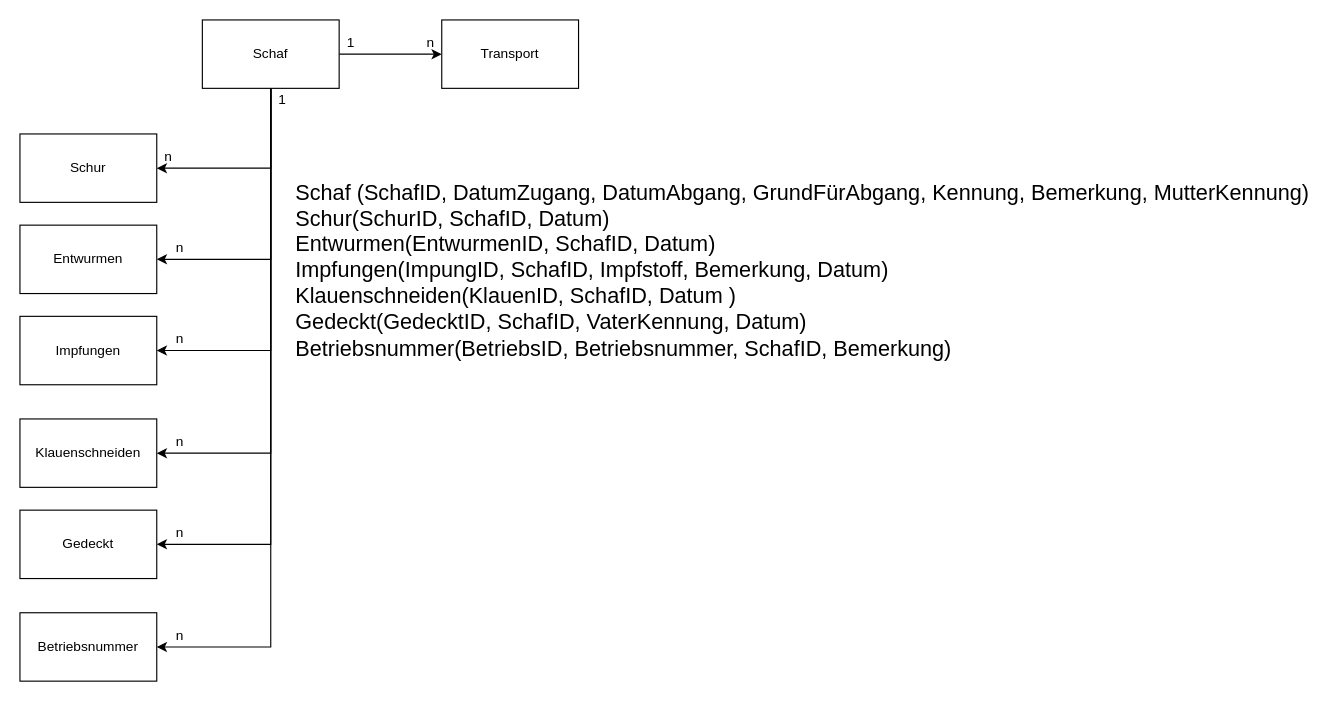
This is docs/ERM-DB.drawio from 0815-edv/Bestandsregister, a draw.io file, before an edit. Source tidied: cells renumbered, new cells numbered last; positions are measured from the earlier drawing's top-left corner, leaving out a move shared by most shapes. Both pictures are drawn from the tidied source at 114%, with x=0, y=0 at pixel (19, 19).
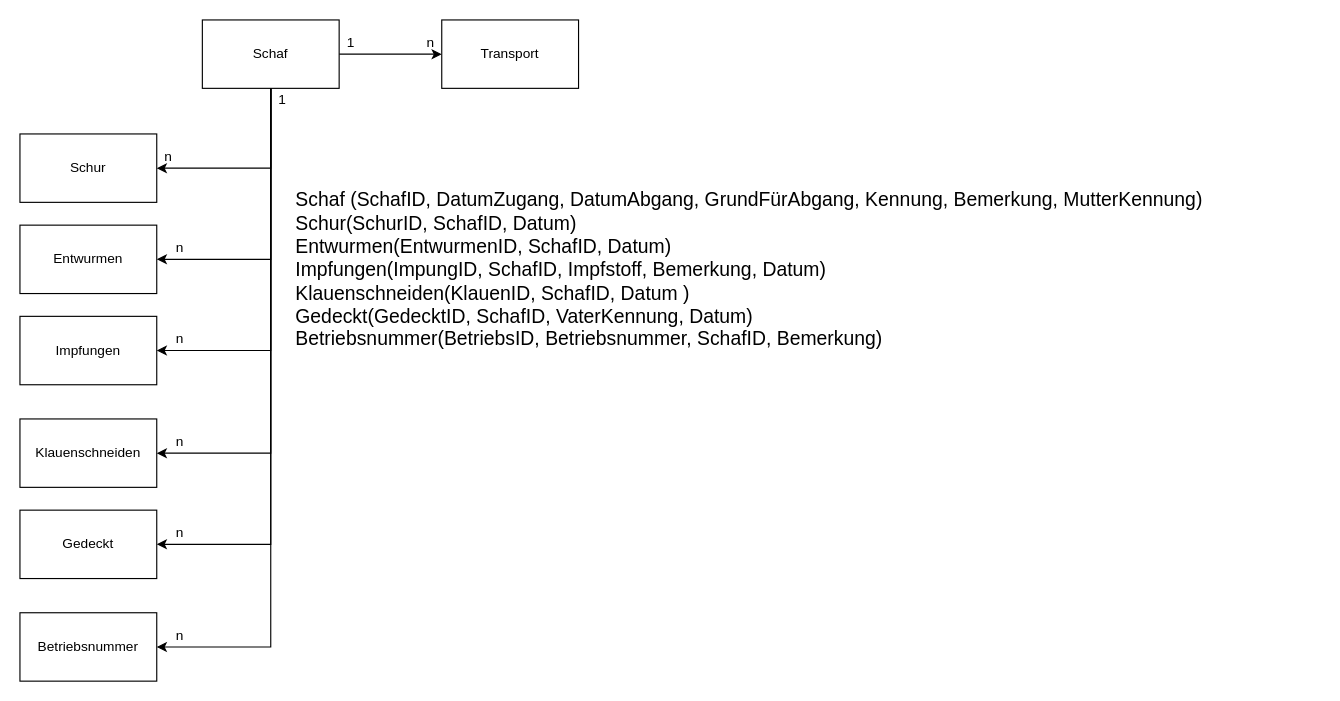
After the change.

Change to the diagram source:
```diff
@@
-    <mxCell id="23" value="&lt;font style=&quot;font-size: 19px&quot;&gt;Schaf (SchafID, DatumZugang, DatumAbgang, GrundFürAbgang, Kennung, Bemerkung, MutterKennung)&lt;br&gt;Schur(SchurID, SchafID, Datum)&lt;br&gt;Entwurmen(EntwurmenID, SchafID, Datum)&lt;br&gt;Impfungen(ImpungID, SchafID, Impfstoff, Bemerkung, Datum)&lt;br&gt;Klauenschneiden(KlauenID, SchafID, Datum )&lt;br&gt;Gedeckt(GedecktID, SchafID, VaterKennung, Datum)&lt;br&gt;Betriebsnummer(BetriebsID, Betriebsnummer, SchafID, Bemerkung)&lt;br&gt;&lt;/font&gt;" style="text;html=1;align=left;verticalAlign=middle;" parent="1" vertex="1">
-      <mxGeometry x="240" y="160" width="900" height="120" as="geometry" />
+    <mxCell id="23" value="&lt;font style=&quot;font-size: 17px&quot;&gt;Schaf (SchafID, DatumZugang, DatumAbgang, GrundFürAbgang, Kennung, Bemerkung, MutterKennung)&lt;br&gt;Schur(SchurID, SchafID, Datum)&lt;br&gt;Entwurmen(EntwurmenID, SchafID, Datum)&lt;br&gt;Impfungen(ImpungID, SchafID, Impfstoff, Bemerkung, Datum)&lt;br&gt;Klauenschneiden(KlauenID, SchafID, Datum )&lt;br&gt;Gedeckt(GedecktID, SchafID, VaterKennung, Datum)&lt;br&gt;Betriebsnummer(BetriebsID, Betriebsnummer, SchafID, Bemerkung)&lt;br&gt;&lt;/font&gt;" style="text;html=1;align=left;verticalAlign=middle;" parent="1" vertex="1">
+      <mxGeometry x="240" y="165" width="810" height="110" as="geometry" />
     </mxCell>
```
